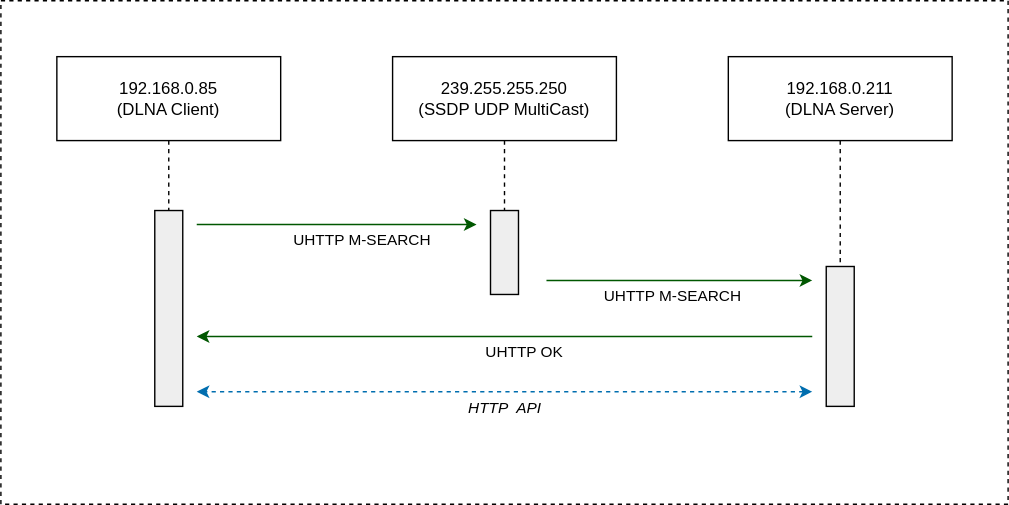
This is static/images/kubernetes-and-dlna.drawio.svg from Cori1109/Cori1109.github.io, a draw.io export, as it was before one commit. Source tidied: cells renumbered, new cells last; positions are measured from the earlier drawing's top-left corner, leaving out a move shared by most shapes.
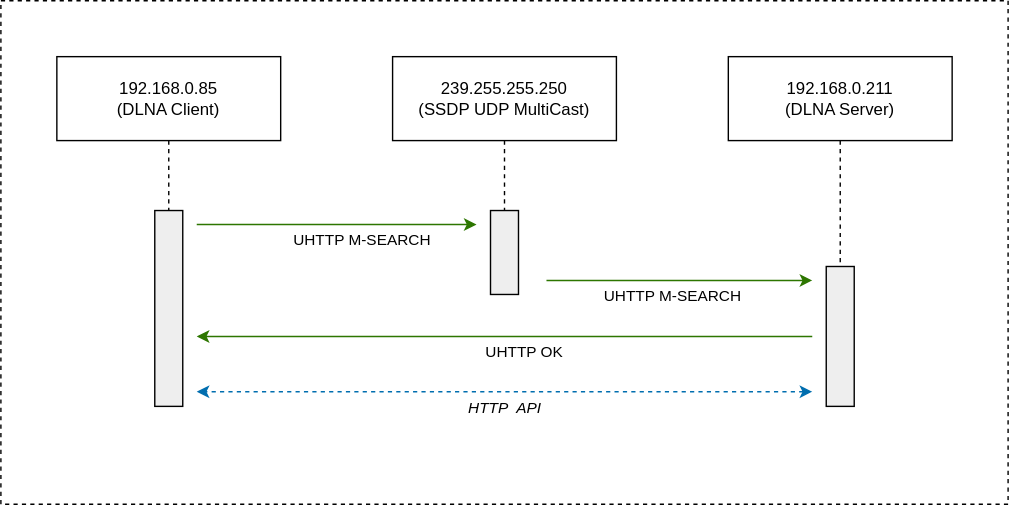
Later version of the same file.

Change to the diagram source:
```diff
@@ -8,7 +8,7 @@
     <mxCell id="3" value="192.168.0.85&lt;br&gt;(DLNA Client)" style="shape=rect;html=1;whiteSpace=wrap;align=center;" parent="1" vertex="1">
       <mxGeometry x="40" y="40" width="160" height="60" as="geometry" />
     </mxCell>
-    <mxCell id="4" style="edgeStyle=orthogonalEdgeStyle;rounded=0;orthogonalLoop=1;jettySize=auto;html=1;fillColor=#008a00;strokeColor=#005700;" parent="1" edge="1">
+    <mxCell id="4" style="edgeStyle=orthogonalEdgeStyle;rounded=0;orthogonalLoop=1;jettySize=auto;html=1;fillColor=#60a917;strokeColor=#2D7600;" parent="1" edge="1">
       <mxGeometry relative="1" as="geometry">
         <mxPoint x="140" y="160" as="sourcePoint" />
         <mxPoint x="340" y="160" as="targetPoint" />
@@ -43,7 +43,7 @@
     <mxCell id="13" style="edgeStyle=none;html=1;dashed=1;endArrow=none;" parent="1" edge="1" source="11" target="12">
       <mxGeometry relative="1" as="geometry" />
     </mxCell>
-    <mxCell id="14" style="edgeStyle=orthogonalEdgeStyle;rounded=0;orthogonalLoop=1;jettySize=auto;html=1;fillColor=#008a00;strokeColor=#005700;" parent="1" edge="1">
+    <mxCell id="14" style="edgeStyle=orthogonalEdgeStyle;rounded=0;orthogonalLoop=1;jettySize=auto;html=1;fillColor=#60a917;strokeColor=#2D7600;" parent="1" edge="1">
       <mxGeometry relative="1" as="geometry">
         <mxPoint x="390" y="200" as="sourcePoint" />
         <mxPoint x="580" y="200" as="targetPoint" />
@@ -54,7 +54,7 @@
         <mxPoint x="18" y="8" as="offset" />
       </mxGeometry>
     </mxCell>
-    <mxCell id="16" style="edgeStyle=orthogonalEdgeStyle;rounded=0;orthogonalLoop=1;jettySize=auto;html=1;fillColor=#008a00;strokeColor=#005700;" parent="1" edge="1">
+    <mxCell id="16" style="edgeStyle=orthogonalEdgeStyle;rounded=0;orthogonalLoop=1;jettySize=auto;html=1;fillColor=#60a917;strokeColor=#2D7600;" parent="1" edge="1">
       <mxGeometry relative="1" as="geometry">
         <mxPoint x="580" y="240" as="sourcePoint" />
         <mxPoint x="140" y="240" as="targetPoint" />
```
